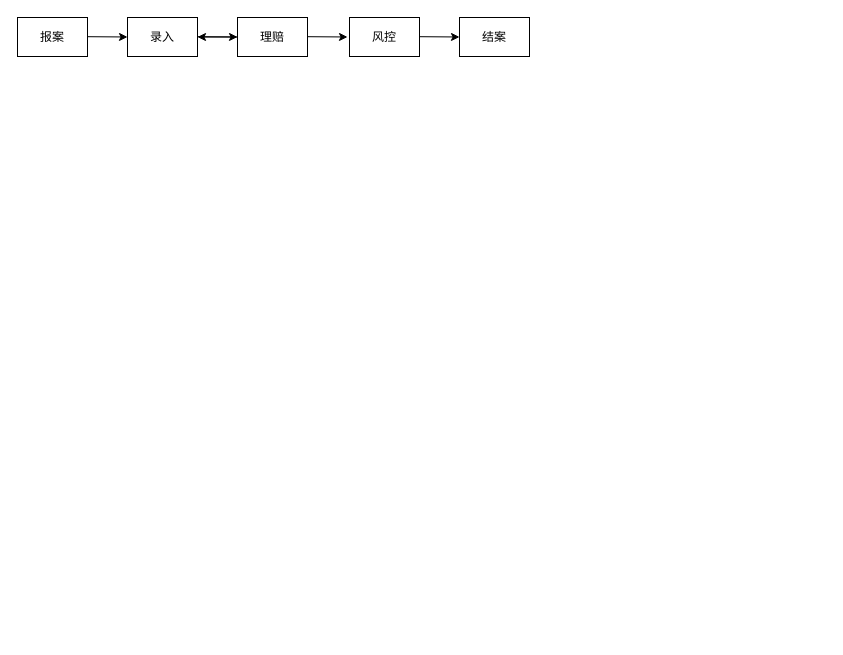
Earlier version of the draw.io diagram page "paper" (2 of 2) of js/strategyrTree.drawio (feiaaa/a-python-proj-crawler). Source tidied: cells renumbered, new cells numbered last; positions are measured from the earlier drawing's top-left corner, leaving out a move shared by most shapes. Both pictures are drawn from the tidied source at 100%, with x=0, y=0 at pixel (17, 17).
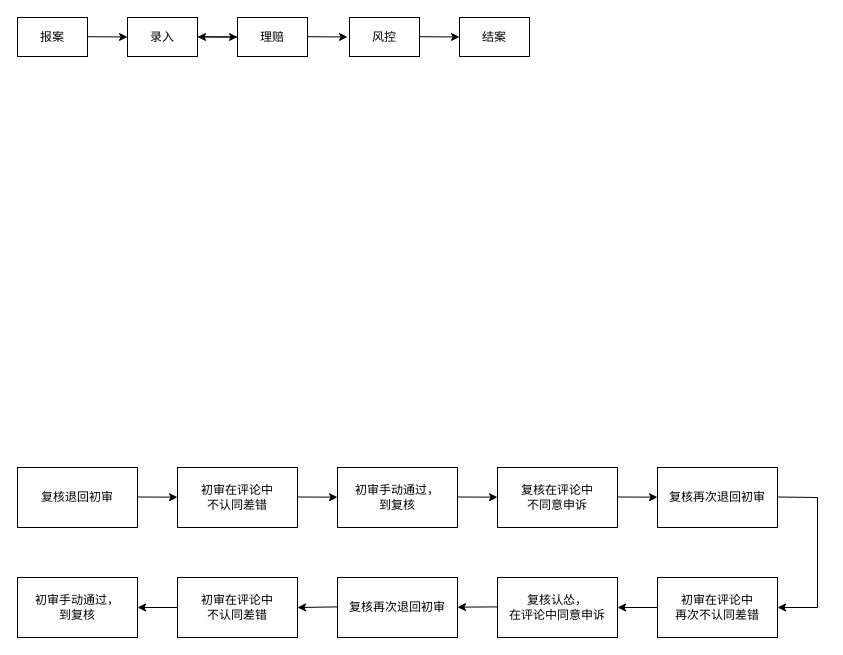
The same page after the edit.

Commit message:
更新初审复核.drawio

The edit, as a diff of the source:
```diff
@@
+    <mxCell id="13" value="复核退回初审" style="rounded=0;whiteSpace=wrap;html=1;" parent="1" vertex="1">
+      <mxGeometry y="450" width="120" height="60" as="geometry" />
+    </mxCell>
+    <mxCell id="14" style="endArrow=classic;html=1;rounded=0;" parent="1" edge="1">
+      <mxGeometry relative="1" as="geometry">
+        <mxPoint x="120" y="479.5" as="sourcePoint" />
+        <mxPoint x="160" y="479.7" as="targetPoint" />
+      </mxGeometry>
+    </mxCell>
+    <mxCell id="15" value="初审在评论中&lt;br&gt;不认同差错" style="rounded=0;whiteSpace=wrap;html=1;" parent="1" vertex="1">
+      <mxGeometry x="160" y="450" width="120" height="60" as="geometry" />
+    </mxCell>
+    <mxCell id="16" style="endArrow=classic;html=1;rounded=0;" parent="1" edge="1">
+      <mxGeometry relative="1" as="geometry">
+        <mxPoint x="280" y="479.5" as="sourcePoint" />
+        <mxPoint x="320" y="479.7" as="targetPoint" />
+      </mxGeometry>
+    </mxCell>
+    <mxCell id="17" value="初审手动通过，&lt;br&gt;到复核" style="rounded=0;whiteSpace=wrap;html=1;" parent="1" vertex="1">
+      <mxGeometry x="320" y="450" width="120" height="60" as="geometry" />
+    </mxCell>
+    <mxCell id="18" style="endArrow=classic;html=1;rounded=0;" parent="1" edge="1">
+      <mxGeometry relative="1" as="geometry">
+        <mxPoint x="440" y="479.5" as="sourcePoint" />
+        <mxPoint x="480" y="479.7" as="targetPoint" />
+      </mxGeometry>
+    </mxCell>
+    <mxCell id="19" value="复核在评论中&lt;br&gt;不同意申诉" style="rounded=0;whiteSpace=wrap;html=1;" parent="1" vertex="1">
+      <mxGeometry x="480" y="450" width="120" height="60" as="geometry" />
+    </mxCell>
+    <mxCell id="20" style="endArrow=classic;html=1;rounded=0;" parent="1" edge="1">
+      <mxGeometry relative="1" as="geometry">
+        <mxPoint x="600" y="479.5" as="sourcePoint" />
+        <mxPoint x="640" y="479.7" as="targetPoint" />
+      </mxGeometry>
+    </mxCell>
+    <mxCell id="21" value="复核再次退回初审" style="rounded=0;whiteSpace=wrap;html=1;" parent="1" vertex="1">
+      <mxGeometry x="640" y="450" width="120" height="60" as="geometry" />
+    </mxCell>
+    <mxCell id="22" style="endArrow=classic;html=1;rounded=0;entryX=1;entryY=0.5;entryDx=0;entryDy=0;" parent="1" edge="1" target="23">
+      <mxGeometry relative="1" as="geometry">
+        <mxPoint x="760" y="479.5" as="sourcePoint" />
+        <Array as="points">
+          <mxPoint x="800" y="480" />
+          <mxPoint x="800" y="590" />
+        </Array>
+      </mxGeometry>
+    </mxCell>
+    <mxCell id="23" value="初审在评论中&lt;br&gt;再次不认同差错" style="rounded=0;whiteSpace=wrap;html=1;" parent="1" vertex="1">
+      <mxGeometry x="640" y="560" width="120" height="60" as="geometry" />
+    </mxCell>
+    <mxCell id="24" style="endArrow=classic;html=1;rounded=0;exitX=0;exitY=0.5;exitDx=0;exitDy=0;entryX=1;entryY=0.5;entryDx=0;entryDy=0;" parent="1" edge="1" source="23" target="25">
+      <mxGeometry relative="1" as="geometry" />
+    </mxCell>
+    <mxCell id="25" value="复核认怂，&lt;br&gt;在评论中同意申诉" style="rounded=0;whiteSpace=wrap;html=1;" parent="1" vertex="1">
+      <mxGeometry x="480" y="560" width="120" height="60" as="geometry" />
+    </mxCell>
+    <mxCell id="26" style="endArrow=classic;html=1;rounded=0;" parent="1" edge="1" target="27">
+      <mxGeometry relative="1" as="geometry">
+        <mxPoint x="480" y="589.4" as="sourcePoint" />
+      </mxGeometry>
+    </mxCell>
+    <mxCell id="27" value="复核再次退回初审" style="rounded=0;whiteSpace=wrap;html=1;" parent="1" vertex="1">
+      <mxGeometry x="320" y="560" width="120" height="60" as="geometry" />
+    </mxCell>
+    <mxCell id="28" style="endArrow=classic;html=1;rounded=0;exitX=0;exitY=0.5;exitDx=0;exitDy=0;" parent="1" edge="1" source="29" target="31">
+      <mxGeometry relative="1" as="geometry" />
+    </mxCell>
+    <mxCell id="29" value="初审在评论中&lt;br&gt;不认同差错" style="rounded=0;whiteSpace=wrap;html=1;" parent="1" vertex="1">
+      <mxGeometry x="160" y="560" width="120" height="60" as="geometry" />
+    </mxCell>
+    <mxCell id="30" style="endArrow=classic;html=1;rounded=0;entryX=1;entryY=0.5;entryDx=0;entryDy=0;" parent="1" edge="1" target="29">
+      <mxGeometry relative="1" as="geometry">
+        <mxPoint x="320" y="589.4" as="sourcePoint" />
+      </mxGeometry>
+    </mxCell>
+    <mxCell id="31" value="初审手动通过，&lt;br&gt;到复核" style="rounded=0;whiteSpace=wrap;html=1;" parent="1" vertex="1">
+      <mxGeometry y="560" width="120" height="60" as="geometry" />
+    </mxCell>
```
